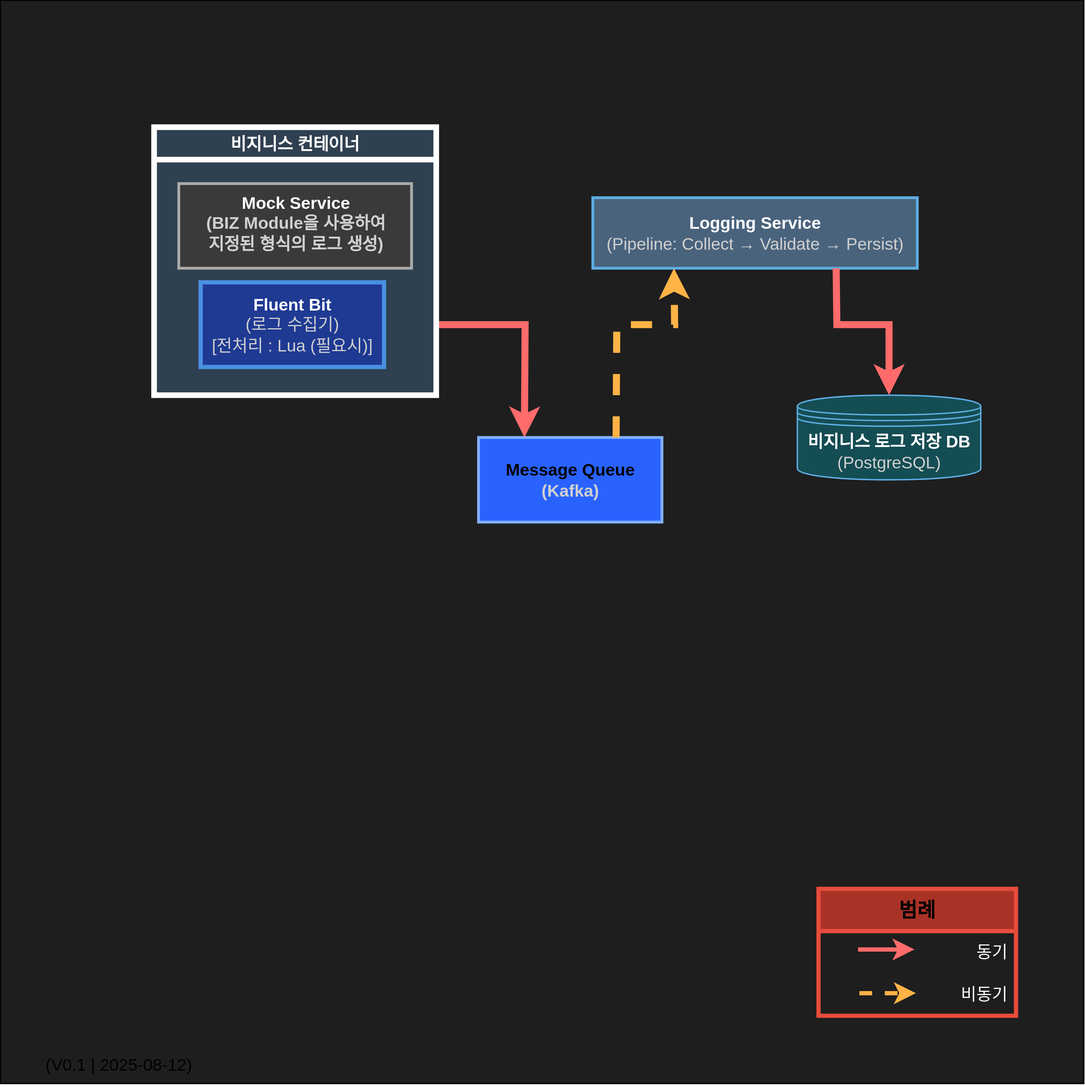
Before: docs/01. architecture/MsaLogHandleProjects.drawio.svg, a diagram exported from draw.io (rihee1214/logstream-alert-system). Source tidied: cells renumbered, new cells last; positions are measured from the earlier drawing's top-left corner, leaving out a move shared by most shapes.
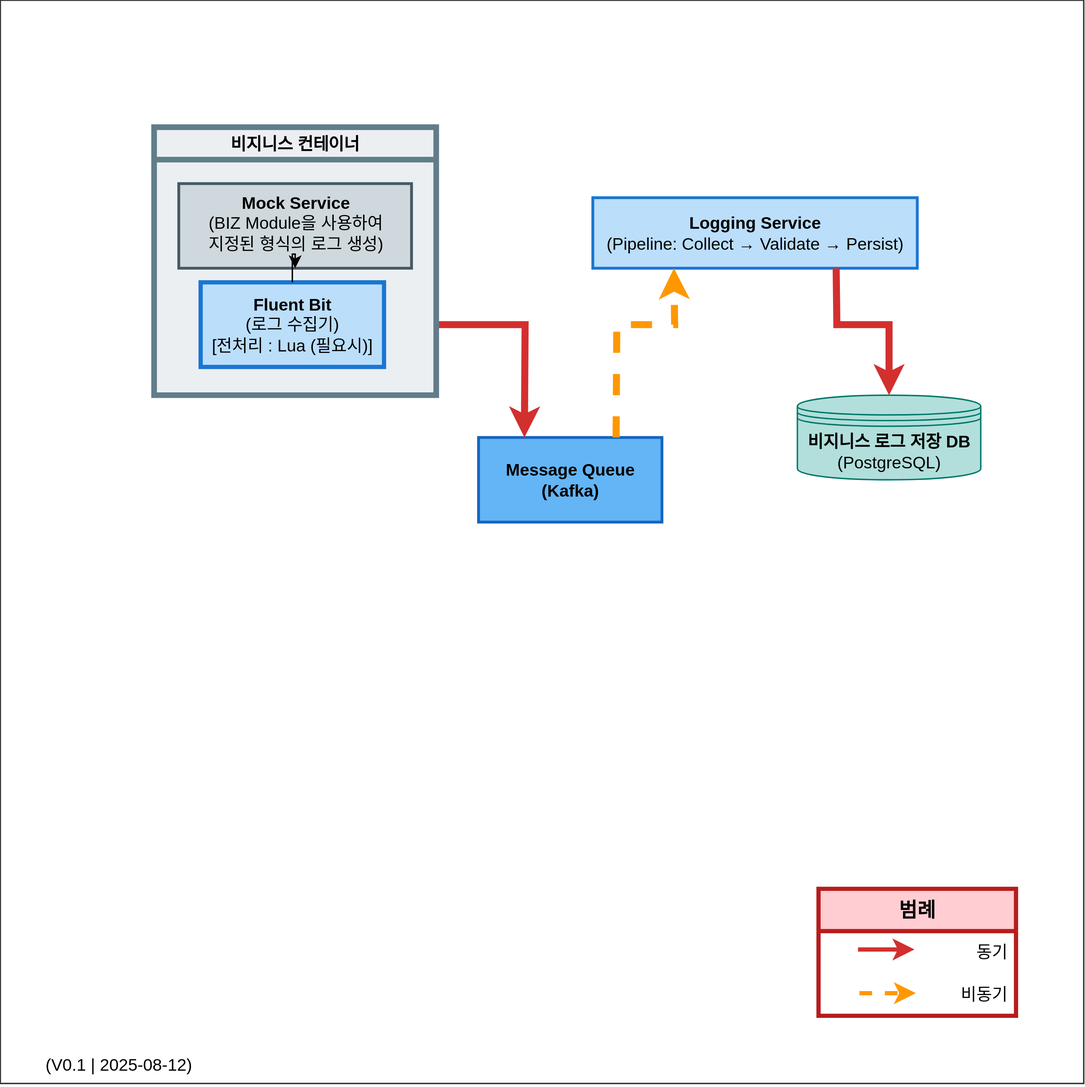
After the commit.

Commit message:
Refactor CI/CD tool choice and redesign architecture diagrams for white background

What changed in the source:
```diff
@@ -2,29 +2,29 @@
   <root>
     <mxCell id="0" />
     <mxCell id="1" parent="0" />
-    <mxCell id="2" style="whiteSpace=wrap;html=1;fillColor=light-dark(#1E1E1E,#1E1E1E);" parent="1" vertex="1">
+    <mxCell id="2" style="whiteSpace=wrap;html=1;fillColor=light-dark(#FFFFFF,#FFFFFF);strokeColor=light-dark(#333333,#333333);" parent="1" vertex="1">
       <mxGeometry width="768" height="768" as="geometry" />
     </mxCell>
-    <mxCell id="3" value="&lt;font style=&quot;&quot;&gt;&lt;b&gt;Logging Service&lt;/b&gt;&lt;/font&gt;&lt;div&gt;&lt;font style=&quot;color: light-dark(rgb(208, 208, 208), rgb(208, 208, 208));&quot;&gt;(Pipeline: Collect → Validate → Persist)&lt;/font&gt;&lt;/div&gt;" style="rounded=0;whiteSpace=wrap;html=1;fillColor=light-dark(#4A637D,#4A637D);strokeColor=light-dark(#5DADE2,#5DADE2);strokeWidth=2;fontColor=light-dark(#FFFFFF,#FFFFFF);" parent="1" vertex="1">
+    <mxCell id="3" value="&lt;font style=&quot;&quot;&gt;&lt;b&gt;Logging Service&lt;/b&gt;&lt;/font&gt;&lt;div&gt;&lt;font style=&quot;&quot;&gt;(Pipeline: Collect → Validate → Persist)&lt;/font&gt;&lt;/div&gt;" style="rounded=0;whiteSpace=wrap;html=1;fillColor=light-dark(#BBDEFB,#BBDEFB);strokeColor=light-dark(#1976D2,#1976D2);strokeWidth=2;fontColor=light-dark(#000000,#000000);" parent="1" vertex="1">
       <mxGeometry x="420" y="140" width="230" height="50" as="geometry" />
     </mxCell>
     <mxCell id="4" value="&lt;font style=&quot;color: light-dark(rgb(0, 0, 0), rgb(0, 0, 0));&quot;&gt;(V0.1 | 2025-08-12)&lt;/font&gt;" style="text;html=1;align=center;verticalAlign=middle;whiteSpace=wrap;rounded=0;" parent="1" vertex="1">
       <mxGeometry x="14" y="740" width="140" height="30" as="geometry" />
     </mxCell>
-    <mxCell id="5" value="&lt;font&gt;&lt;b style=&quot;&quot;&gt;Message Queue&lt;/b&gt;&lt;/font&gt;&lt;div&gt;&lt;font style=&quot;color: light-dark(rgb(208, 208, 208), rgb(208, 208, 208));&quot;&gt;&lt;b style=&quot;&quot;&gt;(Kafka)&lt;/b&gt;&lt;/font&gt;&lt;/div&gt;" style="rounded=0;whiteSpace=wrap;html=1;fillColor=light-dark(#2962FF,#2962FF);strokeColor=light-dark(#82B1FF,#82B1FF);strokeWidth=2;" parent="1" vertex="1">
+    <mxCell id="5" value="&lt;font&gt;&lt;b style=&quot;&quot;&gt;Message Queue&lt;/b&gt;&lt;/font&gt;&lt;div&gt;&lt;font style=&quot;&quot;&gt;&lt;b style=&quot;&quot;&gt;(Kafka)&lt;/b&gt;&lt;/font&gt;&lt;/div&gt;" style="rounded=0;whiteSpace=wrap;html=1;fillColor=light-dark(#64B5F6,#64B5F6);strokeColor=light-dark(#1565C0,#1565C0);strokeWidth=2;fontColor=light-dark(#000000,#000000);" parent="1" vertex="1">
       <mxGeometry x="339" y="310" width="130" height="60" as="geometry" />
     </mxCell>
-    <mxCell id="6" style="endArrow=classic;html=1;rounded=0;strokeColor=light-dark(#FF6B6B,#FF6B6B);entryX=0.25;entryY=0;entryDx=0;entryDy=0;exitX=1;exitY=0.5;exitDx=0;exitDy=0;strokeWidth=5;" parent="1" edge="1" source="18" target="5">
+    <mxCell id="6" style="endArrow=classic;html=1;rounded=0;strokeColor=light-dark(#D32F2F,#D32F2F);entryX=0.25;entryY=0;entryDx=0;entryDy=0;exitX=1;exitY=0.5;exitDx=0;exitDy=0;strokeWidth=5;" parent="1" edge="1" source="18" target="5">
       <mxGeometry relative="1" as="geometry">
         <Array as="points">
           <mxPoint x="372" y="230" />
         </Array>
       </mxGeometry>
     </mxCell>
-    <mxCell id="7" style="group;labelBackgroundColor=light-dark(#FFFFFF,#FFFFFF);strokeColor=light-dark(#5DADE2,#5DADE2);fillColor=light-dark(#2F4050,#2F4050);strokeWidth=3;fontColor=light-dark(#000000,#000000);labelBorderColor=none;" parent="1" vertex="1">
+    <mxCell id="7" style="group;labelBackgroundColor=light-dark(#FFFFFF,#FFFFFF);strokeColor=light-dark(#607D8B,#607D8B);fillColor=light-dark(#ECEFF1,#ECEFF1);strokeWidth=3;fontColor=light-dark(#000000,#000000);labelBorderColor=none;" parent="1" vertex="1">
       <mxGeometry x="109" y="90" width="200" height="190" as="geometry" />
     </mxCell>
-    <mxCell id="8" style="endArrow=classic;html=1;rounded=0;strokeColor=light-dark(#FFB347,#FFB347);entryX=0.25;entryY=1;entryDx=0;entryDy=0;exitX=0.75;exitY=0;exitDx=0;exitDy=0;strokeWidth=5;dashed=1;" parent="1" edge="1" source="5" target="3">
+    <mxCell id="8" style="endArrow=classic;html=1;rounded=0;strokeColor=light-dark(#FF9800,#FF9800);entryX=0.25;entryY=1;entryDx=0;entryDy=0;exitX=0.75;exitY=0;exitDx=0;exitDy=0;strokeWidth=5;dashed=1;" parent="1" edge="1" source="5" target="3">
       <mxGeometry relative="1" as="geometry">
         <Array as="points">
           <mxPoint x="437" y="230" />
@@ -32,7 +32,7 @@
         </Array>
       </mxGeometry>
     </mxCell>
-    <mxCell id="9" style="endArrow=classic;html=1;rounded=0;strokeColor=light-dark(#FF6B6B,#FF6B6B);entryX=0.5;entryY=0;entryDx=0;entryDy=0;exitX=0.75;exitY=1;exitDx=0;exitDy=0;strokeWidth=5;" parent="1" edge="1" source="3" target="15">
+    <mxCell id="9" style="endArrow=classic;html=1;rounded=0;strokeColor=light-dark(#D32F2F,#D32F2F);entryX=0.5;entryY=0;entryDx=0;entryDy=0;exitX=0.75;exitY=1;exitDx=0;exitDy=0;strokeWidth=5;" parent="1" edge="1" source="3" target="15">
       <mxGeometry relative="1" as="geometry">
         <Array as="points">
           <mxPoint x="593" y="230" />
@@ -40,38 +40,41 @@
         </Array>
       </mxGeometry>
     </mxCell>
-    <mxCell id="10" value="&lt;font style=&quot;font-size: 14px; color: light-dark(rgb(0, 0, 0), rgb(0, 0, 0));&quot;&gt;&lt;b style=&quot;&quot;&gt;범례&lt;/b&gt;&lt;/font&gt;" style="swimlane;fontStyle=0;horizontal=1;startSize=30;whiteSpace=wrap;html=1;strokeColor=light-dark(#E74C3C,#E74C3C);strokeWidth=3;fillColor=light-dark(#A93226,#A93226);fontColor=light-dark(#FFFFFF,#3333FF);" parent="1" vertex="1">
+    <mxCell id="10" value="&lt;font style=&quot;font-size: 14px; color: light-dark(rgb(0, 0, 0), rgb(0, 0, 0));&quot;&gt;&lt;b style=&quot;&quot;&gt;범례&lt;/b&gt;&lt;/font&gt;" style="swimlane;fontStyle=0;horizontal=1;startSize=30;whiteSpace=wrap;html=1;strokeColor=light-dark(#B71C1C,#B71C1C);strokeWidth=3;fillColor=light-dark(#FFCDD2,#FFCDD2);fontColor=light-dark(#FFFFFF,#3333FF);" parent="1" vertex="1">
       <mxGeometry x="580" y="630" width="140" height="90" as="geometry" />
     </mxCell>
-    <mxCell id="11" value="동기" style="text;strokeColor=none;fillColor=none;align=right;verticalAlign=middle;spacingLeft=4;spacingRight=4;overflow=hidden;whiteSpace=wrap;html=1;fontColor=light-dark(#FFFFFF,#FFFFFF);" parent="10" vertex="1">
+    <mxCell id="11" value="동기" style="text;strokeColor=none;fillColor=none;align=right;verticalAlign=middle;spacingLeft=4;spacingRight=4;overflow=hidden;whiteSpace=wrap;html=1;fontColor=light-dark(#000000,#000000);" parent="10" vertex="1">
       <mxGeometry y="30" width="140" height="30" as="geometry" />
     </mxCell>
-    <mxCell id="12" value="&lt;font style=&quot;&quot;&gt;비동기&lt;/font&gt;" style="text;strokeColor=none;fillColor=none;align=right;verticalAlign=middle;spacingLeft=4;spacingRight=4;overflow=hidden;whiteSpace=wrap;html=1;fontColor=light-dark(#FFFFFF,#FFFFFF);" parent="10" vertex="1">
+    <mxCell id="12" value="&lt;font style=&quot;&quot;&gt;비동기&lt;/font&gt;" style="text;strokeColor=none;fillColor=none;align=right;verticalAlign=middle;spacingLeft=4;spacingRight=4;overflow=hidden;whiteSpace=wrap;html=1;fontColor=light-dark(#000000,#000000);" parent="10" vertex="1">
       <mxGeometry y="60" width="140" height="30" as="geometry" />
     </mxCell>
-    <mxCell id="13" style="endArrow=classic;html=1;rounded=0;strokeColor=light-dark(#FF6B6B,#FF6B6B);strokeWidth=3;" parent="1" edge="1">
+    <mxCell id="13" style="endArrow=classic;html=1;rounded=0;strokeColor=light-dark(#D32F2F,#D32F2F);strokeWidth=3;" parent="1" edge="1">
       <mxGeometry relative="1" as="geometry">
         <mxPoint x="608" y="673" as="sourcePoint" />
         <mxPoint x="648" y="673" as="targetPoint" />
       </mxGeometry>
     </mxCell>
-    <mxCell id="14" style="endArrow=classic;html=1;rounded=0;strokeColor=light-dark(#FFB347,#FFB347);strokeWidth=3;dashed=1;" parent="1" edge="1">
+    <mxCell id="14" style="endArrow=classic;html=1;rounded=0;strokeColor=light-dark(#FF9800,#FF9800);strokeWidth=3;dashed=1;" parent="1" edge="1">
       <mxGeometry relative="1" as="geometry">
         <mxPoint x="609" y="704" as="sourcePoint" />
         <mxPoint x="649" y="704" as="targetPoint" />
       </mxGeometry>
     </mxCell>
-    <mxCell id="15" value="&lt;font style=&quot;&quot;&gt;&lt;b&gt;비지니스 로그 저장 DB&lt;/b&gt;&lt;br&gt;&lt;/font&gt;&lt;div&gt;&lt;font style=&quot;color: light-dark(rgb(208, 208, 208), rgb(208, 208, 208));&quot;&gt;&lt;font style=&quot;&quot;&gt;(&lt;/font&gt;&lt;span style=&quot;&quot;&gt;&lt;font style=&quot;&quot;&gt;PostgreSQL&lt;/font&gt;&lt;/span&gt;&lt;span style=&quot;&quot;&gt;)&lt;/span&gt;&lt;/font&gt;&lt;/div&gt;" style="shape=datastore;whiteSpace=wrap;html=1;fillColor=light-dark(#144D53,#144D53);strokeColor=light-dark(#5DADE2,#5DADE2);fontColor=light-dark(#FFFFFF,#FFFFFF);labelBackgroundColor=none;labelBorderColor=none;" parent="1" vertex="1">
+    <mxCell id="15" value="&lt;font style=&quot;&quot;&gt;&lt;b&gt;비지니스 로그 저장 DB&lt;/b&gt;&lt;br&gt;&lt;/font&gt;&lt;div&gt;&lt;font style=&quot;&quot;&gt;&lt;font style=&quot;&quot;&gt;(&lt;/font&gt;&lt;span style=&quot;&quot;&gt;&lt;font style=&quot;&quot;&gt;PostgreSQL&lt;/font&gt;&lt;/span&gt;&lt;span style=&quot;&quot;&gt;)&lt;/span&gt;&lt;/font&gt;&lt;/div&gt;" style="shape=datastore;whiteSpace=wrap;html=1;fillColor=light-dark(#B2DFDB,#B2DFDB);strokeColor=light-dark(#00796B,#00796B);fontColor=light-dark(#000000,#000000);labelBackgroundColor=none;labelBorderColor=none;" parent="1" vertex="1">
       <mxGeometry x="565" y="280" width="130" height="60" as="geometry" />
     </mxCell>
-    <mxCell id="16" value="&lt;font style=&quot;&quot;&gt;&lt;b style=&quot;&quot;&gt;&lt;font style=&quot;color: light-dark(rgb(255, 255, 255), rgb(255, 255, 255));&quot;&gt;Mock Service&lt;/font&gt;&lt;br&gt;&lt;font style=&quot;color: light-dark(rgb(208, 208, 208), rgb(208, 208, 208));&quot;&gt;(BIZ Module을 사용하여&lt;br&gt;지정된 형식의 로그 생성)&lt;/font&gt;&lt;/b&gt;&lt;/font&gt;" style="rounded=0;whiteSpace=wrap;html=1;strokeColor=light-dark(#AAAAAA,#AAAAAA);strokeWidth=2;fillColor=light-dark(#3A3A3A,#3A3A3A);verticalAlign=top;fontColor=light-dark(#FFFFFF,#FFFFFF);" parent="1" vertex="1">
+    <mxCell id="16" value="&lt;font style=&quot;&quot;&gt;&lt;font style=&quot;font-weight: bold;&quot;&gt;Mock Service&lt;/font&gt;&lt;br&gt;&lt;font style=&quot;&quot;&gt;(BIZ Module을 사용하여&lt;br&gt;지정된 형식의 로그 생성)&lt;/font&gt;&lt;/font&gt;" style="rounded=0;whiteSpace=wrap;html=1;strokeColor=light-dark(#455A64,#455A64);strokeWidth=2;fillColor=light-dark(#CFD8DC,#CFD8DC);verticalAlign=top;fontColor=light-dark(#000000,#000000);" parent="1" vertex="1">
       <mxGeometry x="126.5" y="130" width="165" height="60" as="geometry" />
     </mxCell>
-    <mxCell id="17" value="&lt;font style=&quot;color: light-dark(rgb(255, 255, 255), rgb(255, 255, 255));&quot;&gt;비지니스 컨테이너&lt;/font&gt;" style="swimlane;whiteSpace=wrap;html=1;strokeColor=light-dark(#FFFFFF,#FFFFFF);strokeWidth=4;fontColor=light-dark(#FFFFFF,#FFFFFF);fillColor=light-dark(#2F4050,#2F4050);" parent="1" vertex="1">
+    <mxCell id="17" value="&lt;font style=&quot;&quot;&gt;비지니스 컨테이너&lt;/font&gt;" style="swimlane;whiteSpace=wrap;html=1;strokeWidth=4;fillColor=light-dark(#ECEFF1,#ECEFF1);fontColor=light-dark(#000000,#000000);strokeColor=light-dark(#607D8B,#607D8B);" parent="1" vertex="1">
       <mxGeometry x="109" y="90" width="200" height="190" as="geometry" />
     </mxCell>
-    <mxCell id="18" value="&lt;font style=&quot;&quot;&gt;&lt;b style=&quot;&quot;&gt;Fluent Bit&lt;/b&gt;&lt;/font&gt;&lt;div&gt;&lt;font style=&quot;color: light-dark(rgb(208, 208, 208), rgb(208, 208, 208));&quot;&gt;(로그 수집기)&lt;br&gt;[전처리 : Lua (필요시)]&lt;/font&gt;&lt;/div&gt;" style="rounded=0;whiteSpace=wrap;html=1;fillColor=light-dark(#1F3A93,#1F3A93);strokeColor=light-dark(#4A90E2,#4A90E2);strokeWidth=3;fontColor=light-dark(#FFFFFF,#FFFFFF);" parent="17" vertex="1">
+    <mxCell id="18" value="&lt;font style=&quot;&quot;&gt;&lt;b style=&quot;&quot;&gt;Fluent Bit&lt;/b&gt;&lt;/font&gt;&lt;div&gt;&lt;font style=&quot;&quot;&gt;(로그 수집기)&lt;br&gt;[전처리 : Lua (필요시)]&lt;/font&gt;&lt;/div&gt;" style="rounded=0;whiteSpace=wrap;html=1;fillColor=light-dark(#BBDEFB,#BBDEFB);strokeColor=light-dark(#1976D2,#1976D2);strokeWidth=3;fontColor=light-dark(#000000,#000000);" parent="17" vertex="1">
       <mxGeometry x="33" y="110" width="130" height="60" as="geometry" />
     </mxCell>
+    <mxCell id="19" style="edgeStyle=orthogonalEdgeStyle;rounded=0;jettySize=auto;html=1;" parent="1" edge="1" source="18" target="16">
+      <mxGeometry relative="1" as="geometry" />
+    </mxCell>
   </root>
 </mxGraphModel>
```
